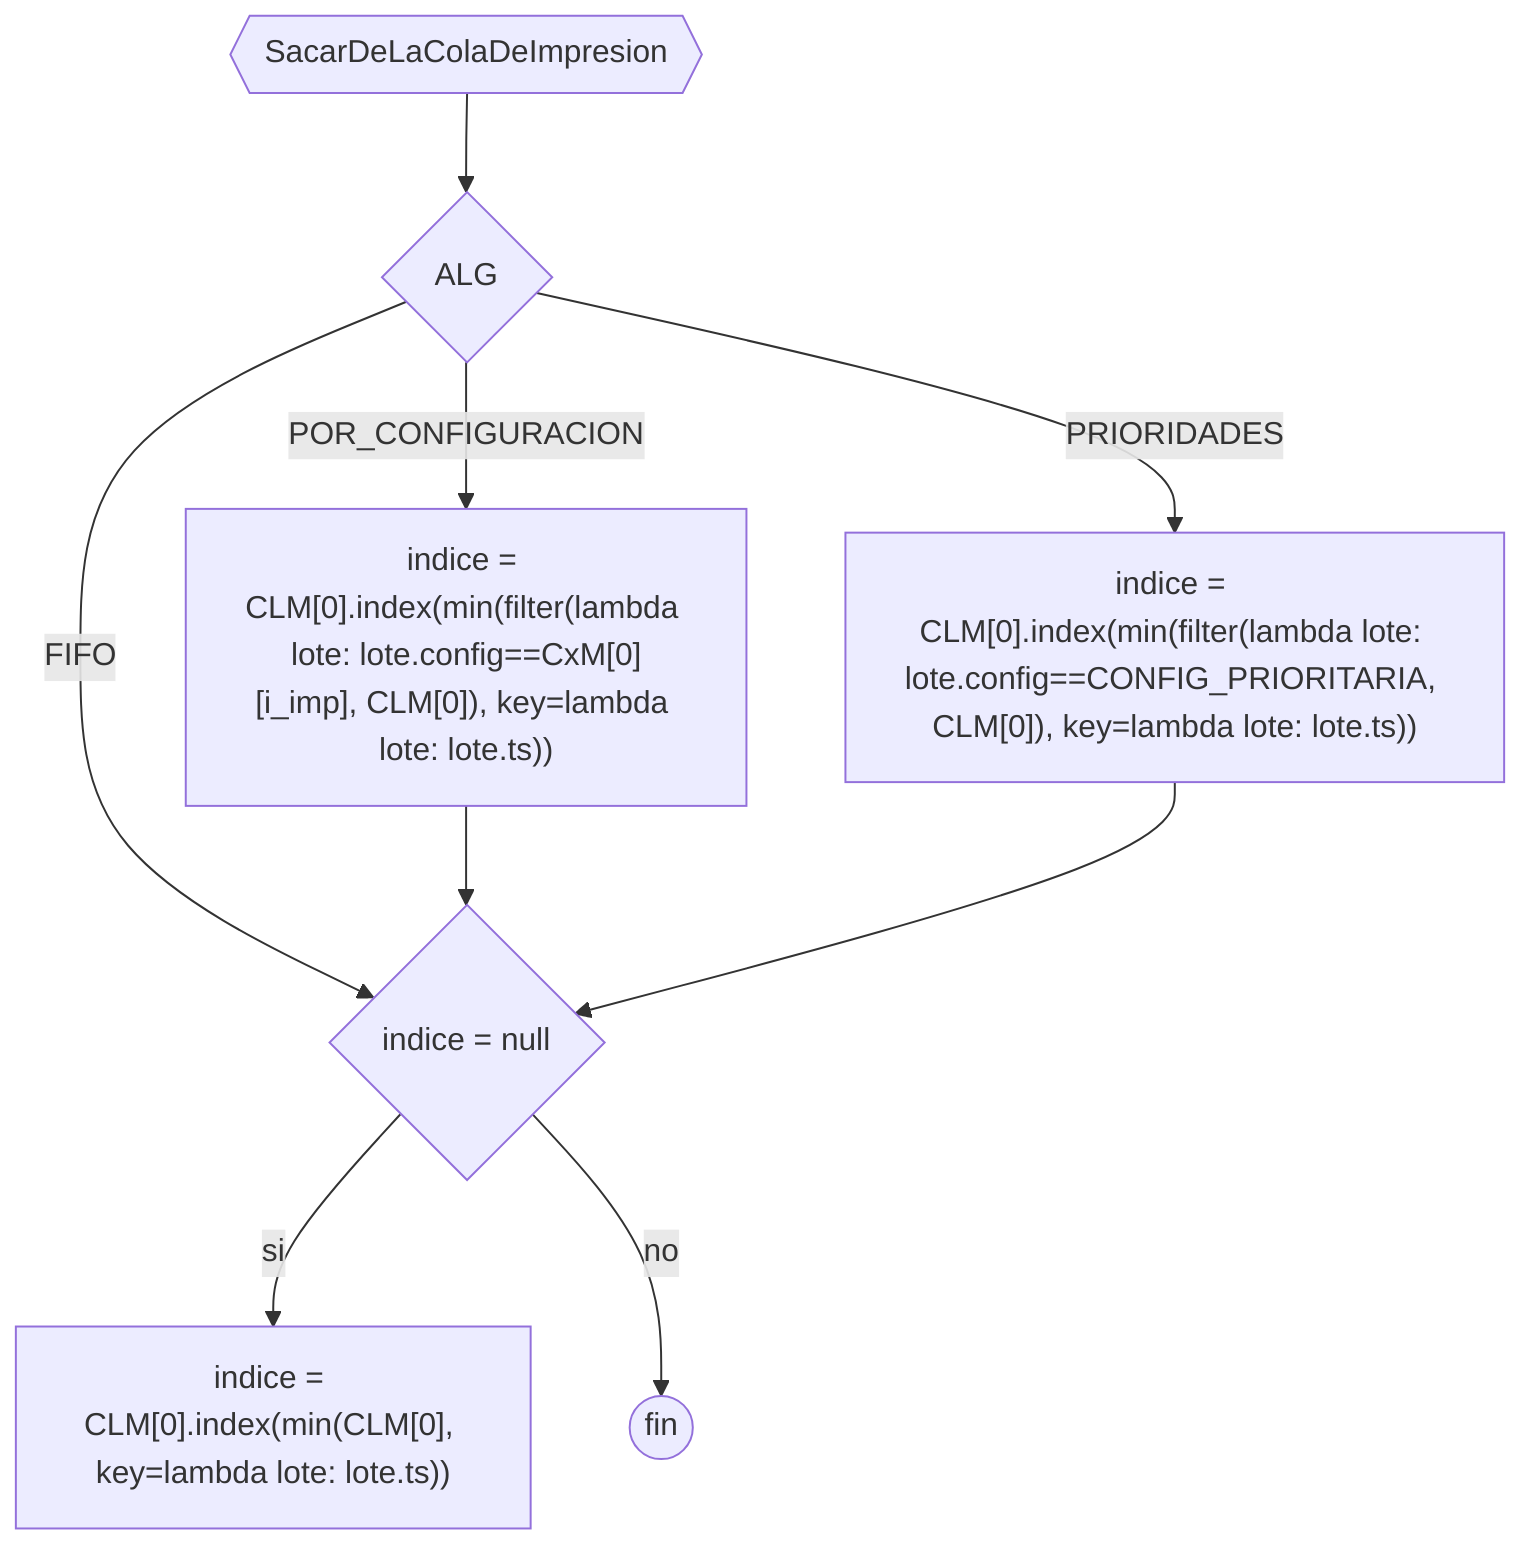
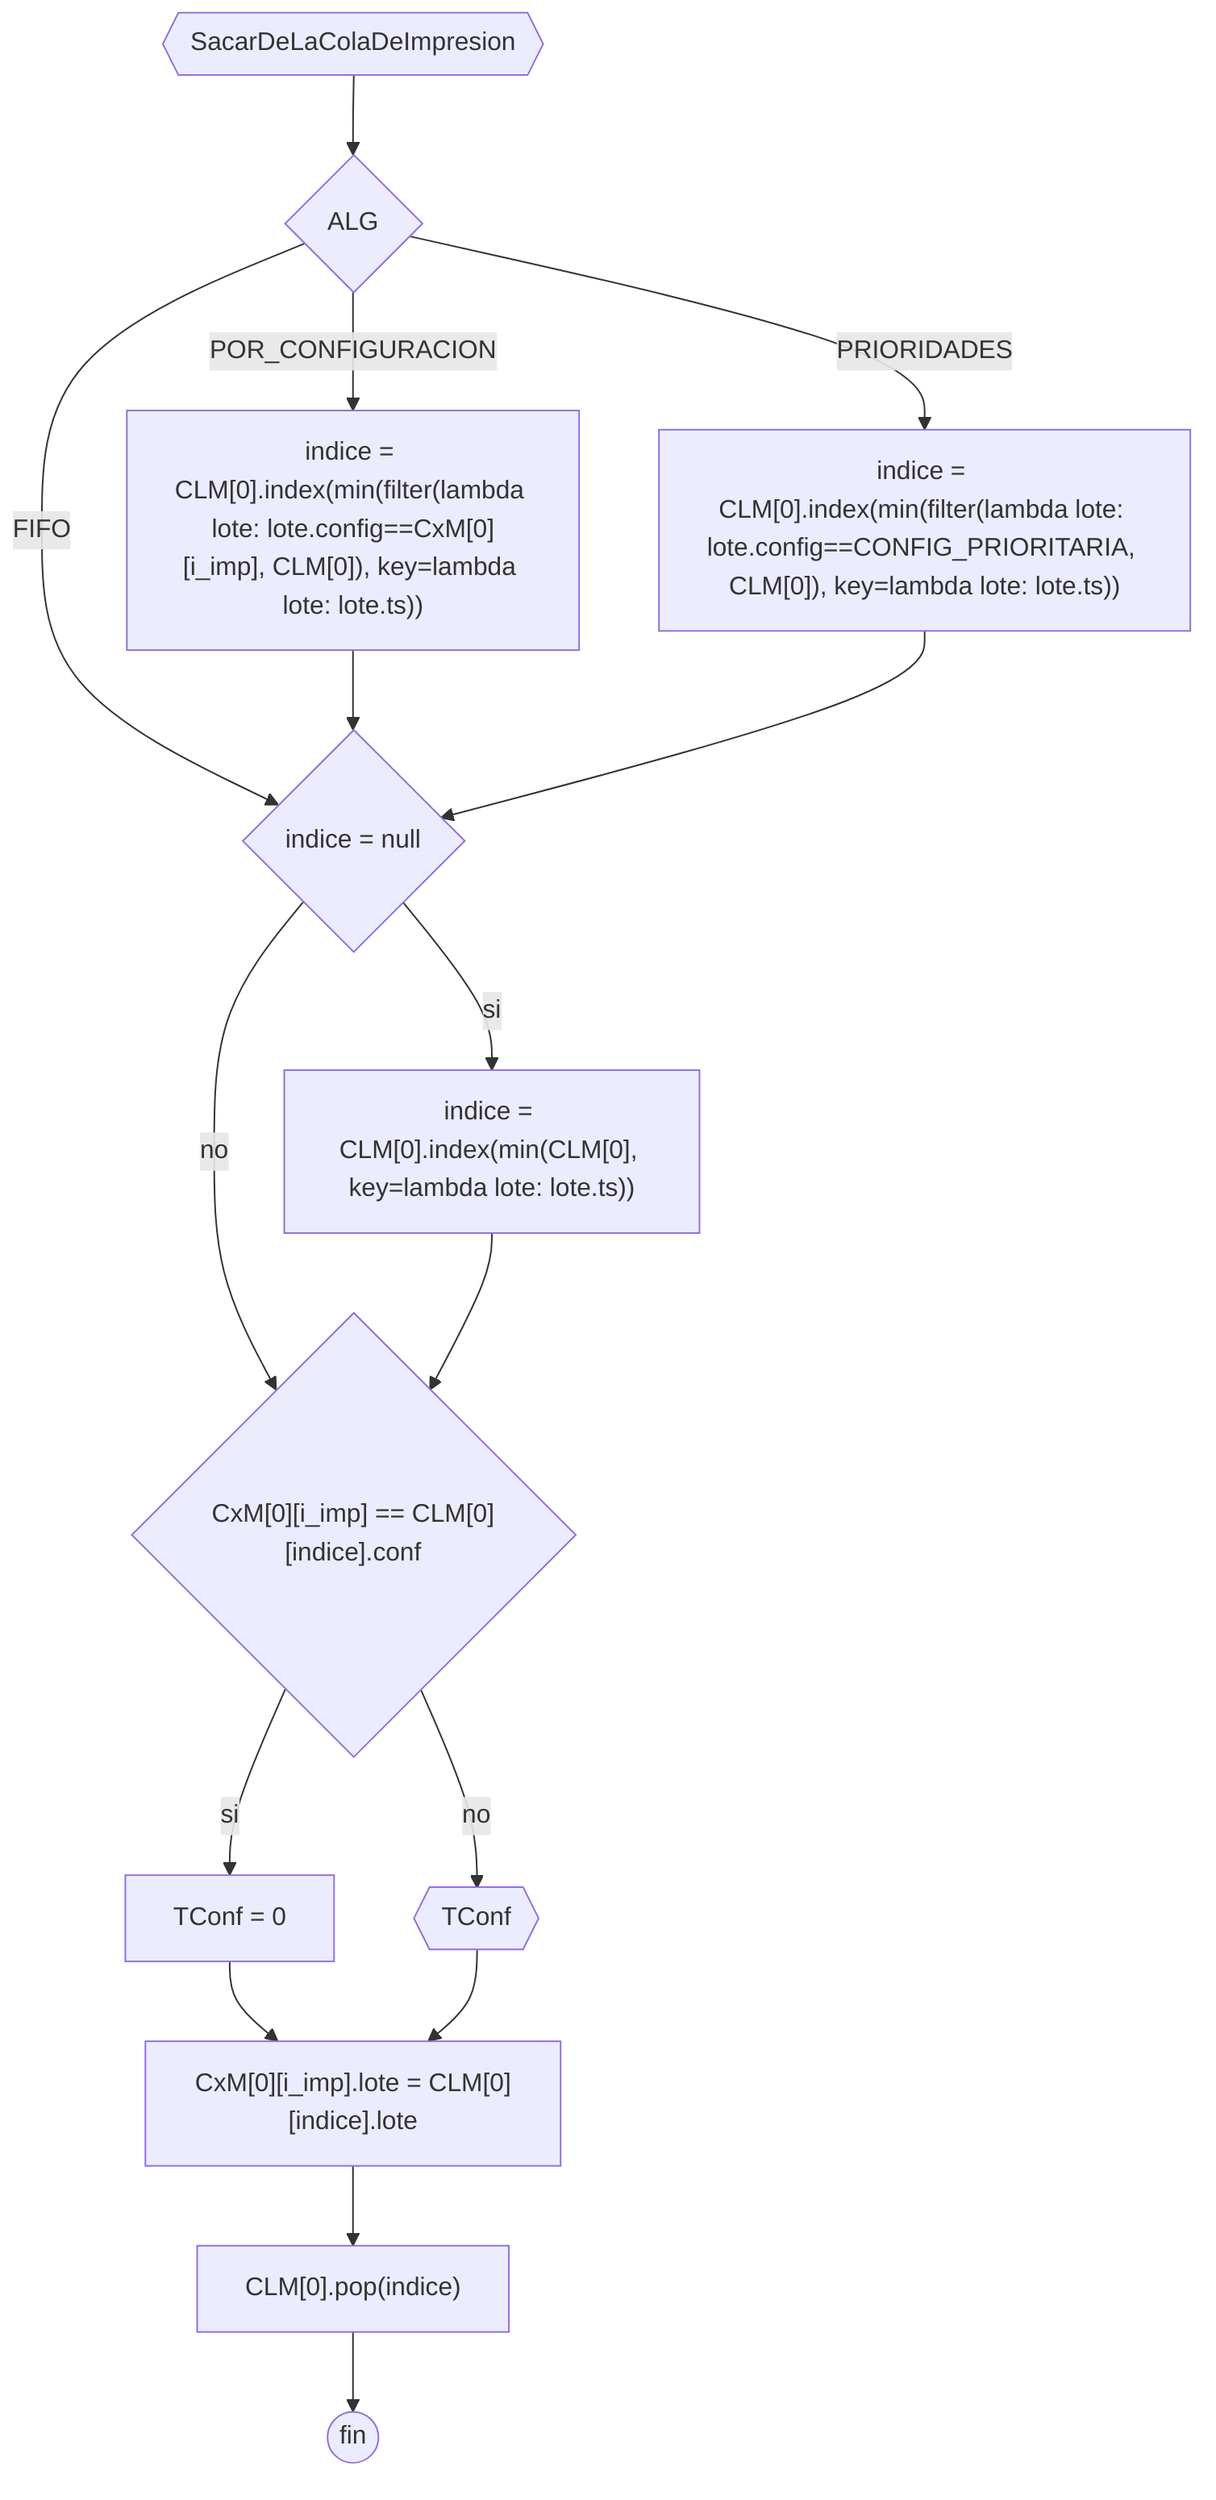
flowchart TD
a0{{SacarDeLaColaDeImpresion}} --> if{ALG}
if --> |POR_CONFIGURACION| a2["indice = CLM[0].index(min(filter(lambda lote: lote.config==CxM[0][i_imp], CLM[0]), key=lambda lote: lote.ts))"]
if --> |PRIORIDADES| a3["indice = CLM[0].index(min(filter(lambda lote: lote.config==CONFIG_PRIORITARIA, CLM[0]), key=lambda lote: lote.ts))"]
if --> |FIFO| a1{indice = null}
a1 --> |si| b["indice = CLM[0].index(min(CLM[0], key=lambda lote: lote.ts))"]
- a1 --> |no| g((fin))
+ a1 --> |no| g
a2 --> a1
a3 --> a1
+ b --> g{"CxM[0][i_imp] == CLM[0][indice].conf"}
+ g --> |si| g1[TConf = 0]
+ g --> |no| g2{{TConf}}
+ g1 --> g3
+ g2 --> g3["CxM[0][i_imp].lote = CLM[0][indice].lote"]
+ g3 --> g5["CLM[0].pop(indice)"] --> g4((fin))
+ 
